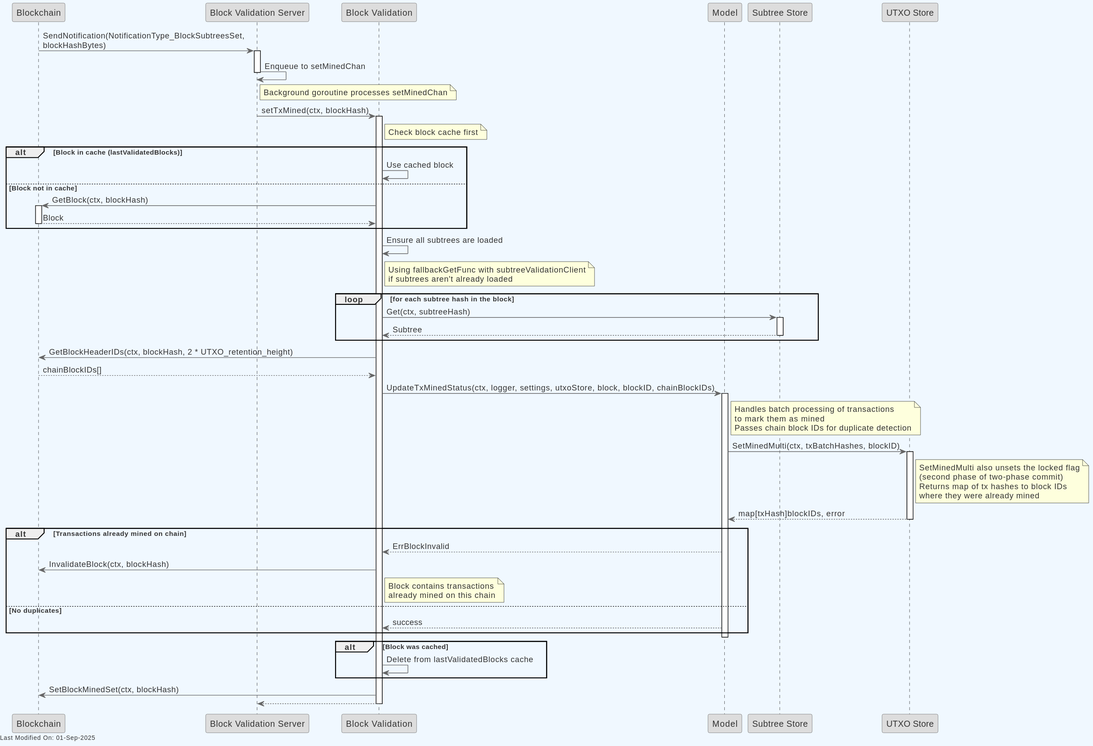
Before: docs/topics/services/img/plantuml/blockvalidation/block_validation_set_tx_mined.svg, a diagram exported from PlantUML (freemans13/teranode).
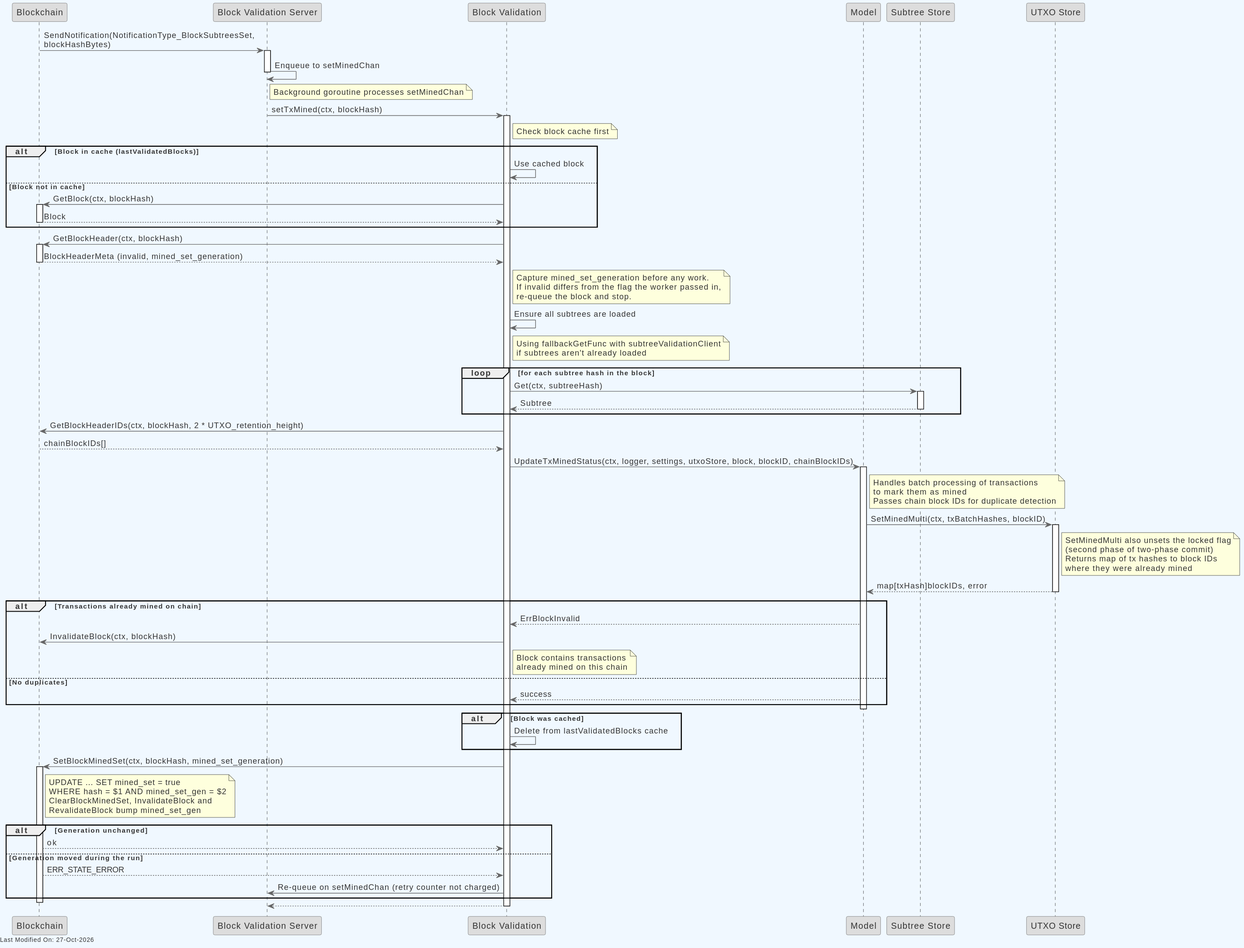
The same file after the commit.

Diff of the diagram source:
```diff
@@ -53,6 +53,16 @@
     deactivate Blockchain
 end
 
+BlockValidation -> Blockchain: GetBlockHeader(ctx, blockHash)
+activate Blockchain
+Blockchain --> BlockValidation: BlockHeaderMeta (invalid, mined_set_generation)
+deactivate Blockchain
+note right of BlockValidation
+  Capture mined_set_generation before any work.
+  If invalid differs from the flag the worker passed in,
+  re-queue the block and stop.
+end note
+
 BlockValidation -> BlockValidation: Ensure all subtrees are loaded
 note right of BlockValidation
   Using fallbackGetFunc with subtreeValidationClient
@@ -105,7 +115,21 @@
     BlockValidation -> BlockValidation: Delete from lastValidatedBlocks cache
 end
 
-BlockValidation -> Blockchain: SetBlockMinedSet(ctx, blockHash)
+BlockValidation -> Blockchain: SetBlockMinedSet(ctx, blockHash, mined_set_generation)
+activate Blockchain
+note right of Blockchain
+  UPDATE ... SET mined_set = true
+  WHERE hash = $1 AND mined_set_gen = $2
+  ClearBlockMinedSet, InvalidateBlock and
+  RevalidateBlock bump mined_set_gen
+end note
+alt Generation unchanged
+    Blockchain --> BlockValidation: ok
+else Generation moved during the run
+    Blockchain --> BlockValidation: ERR_STATE_ERROR
+    BlockValidation -> BVServer: Re-queue on setMinedChan (retry counter not charged)
+end
+deactivate Blockchain
 
 BlockValidation --> BVServer
 deactivate BlockValidation
```
